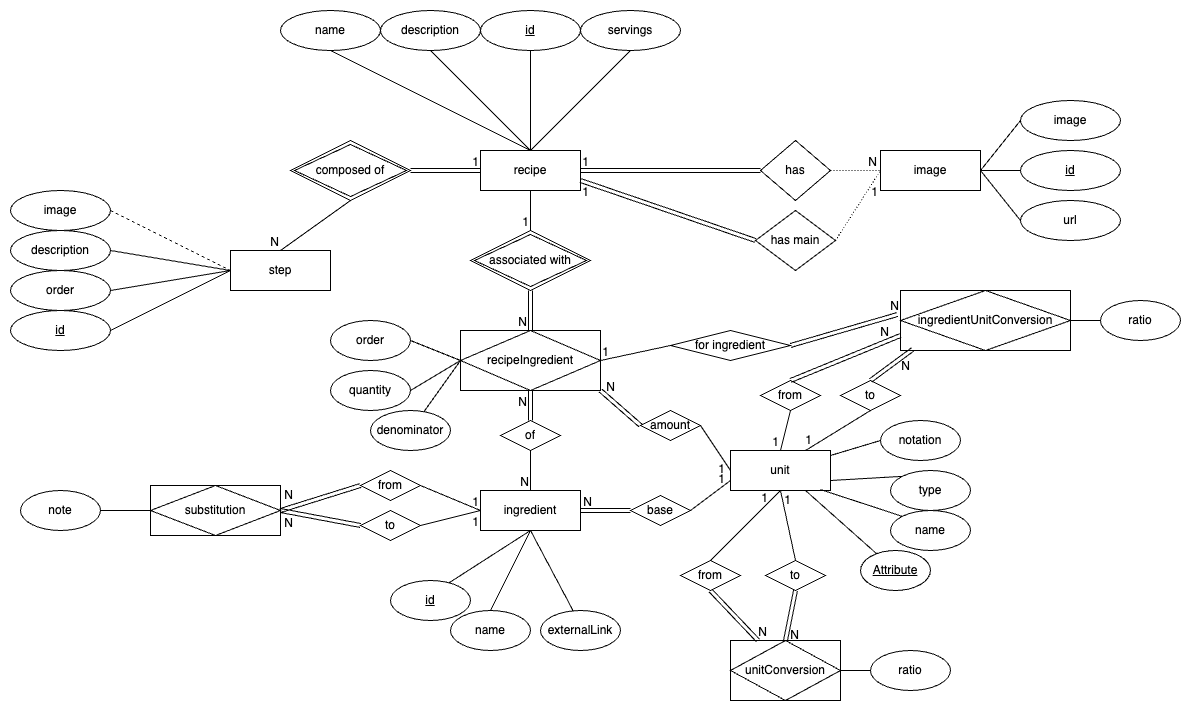
Before: ER_DIAGRAM_CHEN.png, a diagram exported from draw.io (watsonkh/CMSC608-AdvancedDatabaseProject). Source tidied: cells renumbered, new cells last; positions are measured from the earlier drawing's top-left corner, leaving out a move shared by most shapes.
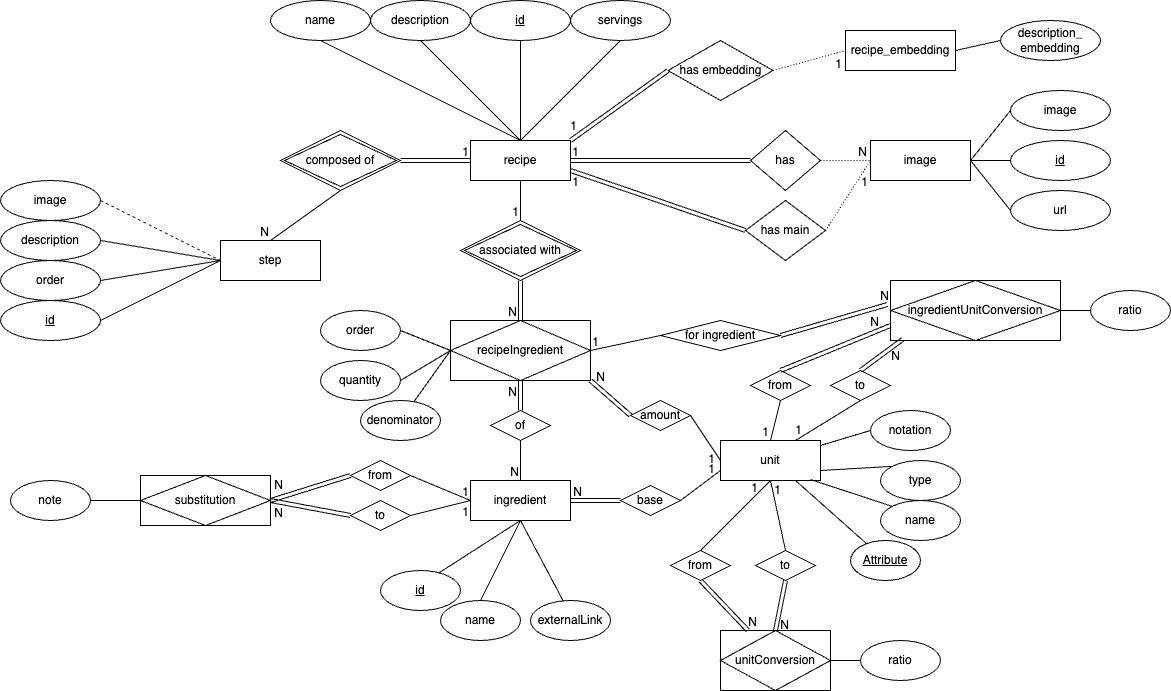
The same diagram one commit later.

Diff of the diagram source:
```diff
@@ -433,5 +433,33 @@
     <mxCell id="128" style="endArrow=none;html=1;rounded=0;entryX=0;entryY=0.5;entryDx=0;entryDy=0;" parent="1" edge="1" source="127" target="11">
       <mxGeometry relative="1" as="geometry" />
     </mxCell>
+    <mxCell id="129" value="recipe_embedding" style="whiteSpace=wrap;html=1;align=center;" parent="1" vertex="1">
+      <mxGeometry x="845" y="30" width="110" height="40" as="geometry" />
+    </mxCell>
+    <mxCell id="130" value="description_&lt;div&gt;embedding&lt;/div&gt;" style="ellipse;whiteSpace=wrap;html=1;align=center;" parent="1" vertex="1">
+      <mxGeometry x="1000" y="20" width="100" height="40" as="geometry" />
+    </mxCell>
+    <mxCell id="131" style="endArrow=none;html=1;rounded=0;exitX=1;exitY=0.5;exitDx=0;exitDy=0;entryX=0;entryY=0.5;entryDx=0;entryDy=0;" parent="1" edge="1" source="129" target="130">
+      <mxGeometry relative="1" as="geometry" />
+    </mxCell>
+    <mxCell id="132" value="has embedding" style="shape=rhombus;perimeter=rhombusPerimeter;whiteSpace=wrap;html=1;align=center;" parent="1" vertex="1">
+      <mxGeometry x="667.5" y="40" width="105" height="60" as="geometry" />
+    </mxCell>
+    <mxCell id="133" style="endArrow=none;html=1;rounded=0;exitX=0;exitY=0.5;exitDx=0;exitDy=0;shape=link;entryX=1;entryY=0;entryDx=0;entryDy=0;" parent="1" edge="1" source="132" target="2">
+      <mxGeometry relative="1" as="geometry" />
+    </mxCell>
+    <mxCell id="134" value="1" style="html=1;whiteSpace=wrap;align=right;verticalAlign=bottom;" parent="133" vertex="1">
+      <mxGeometry x="1" relative="1" as="geometry">
+        <mxPoint x="8" y="-6" as="offset" />
+      </mxGeometry>
+    </mxCell>
+    <mxCell id="135" style="endArrow=none;html=1;rounded=0;dashed=1;dashPattern=1 2;exitX=1;exitY=0.5;exitDx=0;exitDy=0;entryX=0;entryY=0.5;entryDx=0;entryDy=0;" parent="1" edge="1" source="132" target="129">
+      <mxGeometry relative="1" as="geometry" />
+    </mxCell>
+    <mxCell id="136" value="1" style="html=1;whiteSpace=wrap;align=right;verticalAlign=bottom;" parent="135" vertex="1">
+      <mxGeometry x="1" relative="1" as="geometry">
+        <mxPoint x="-2" y="22" as="offset" />
+      </mxGeometry>
+    </mxCell>
   </root>
 </mxGraphModel>
```
